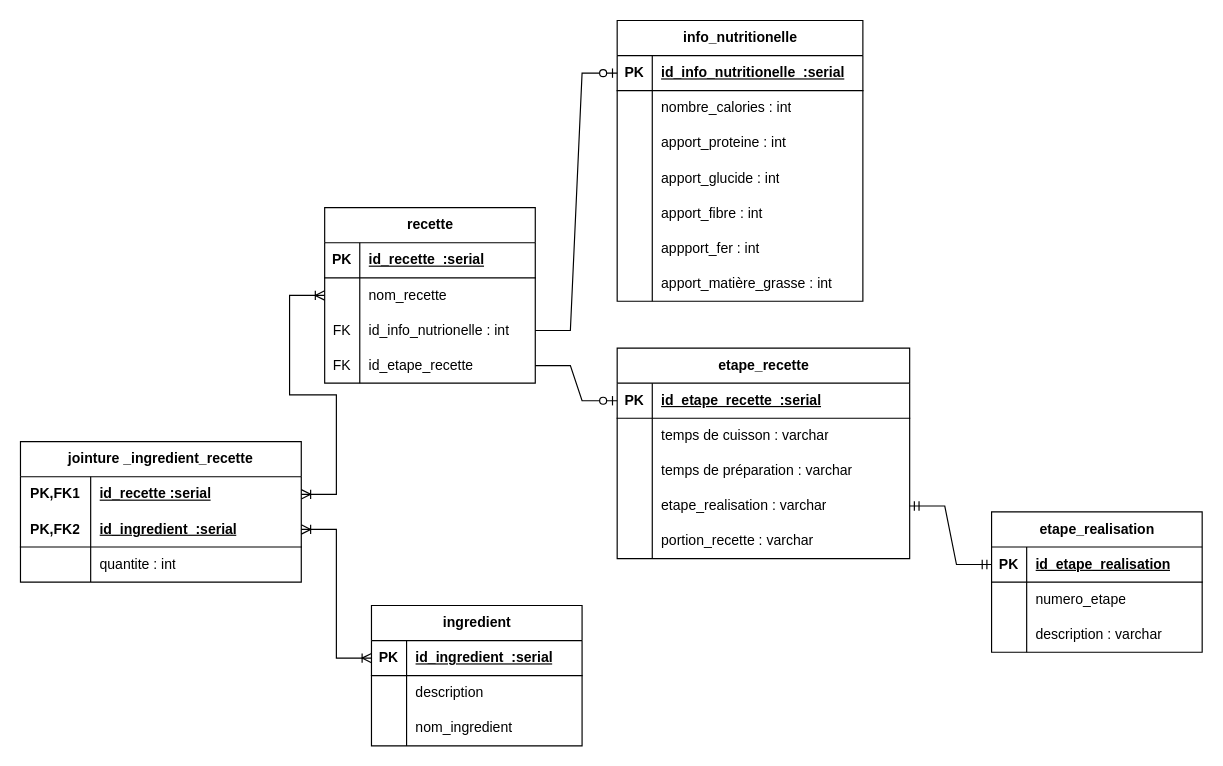
This is Diagramme sans nom.drawio from franck-code/tests, a draw.io file, before an edit. Source tidied: cells renumbered, new cells numbered last; positions are measured from the earlier drawing's top-left corner, leaving out a move shared by most shapes. Both pictures are drawn from the tidied source at 117%, with x=0, y=0 at pixel (20, 20).
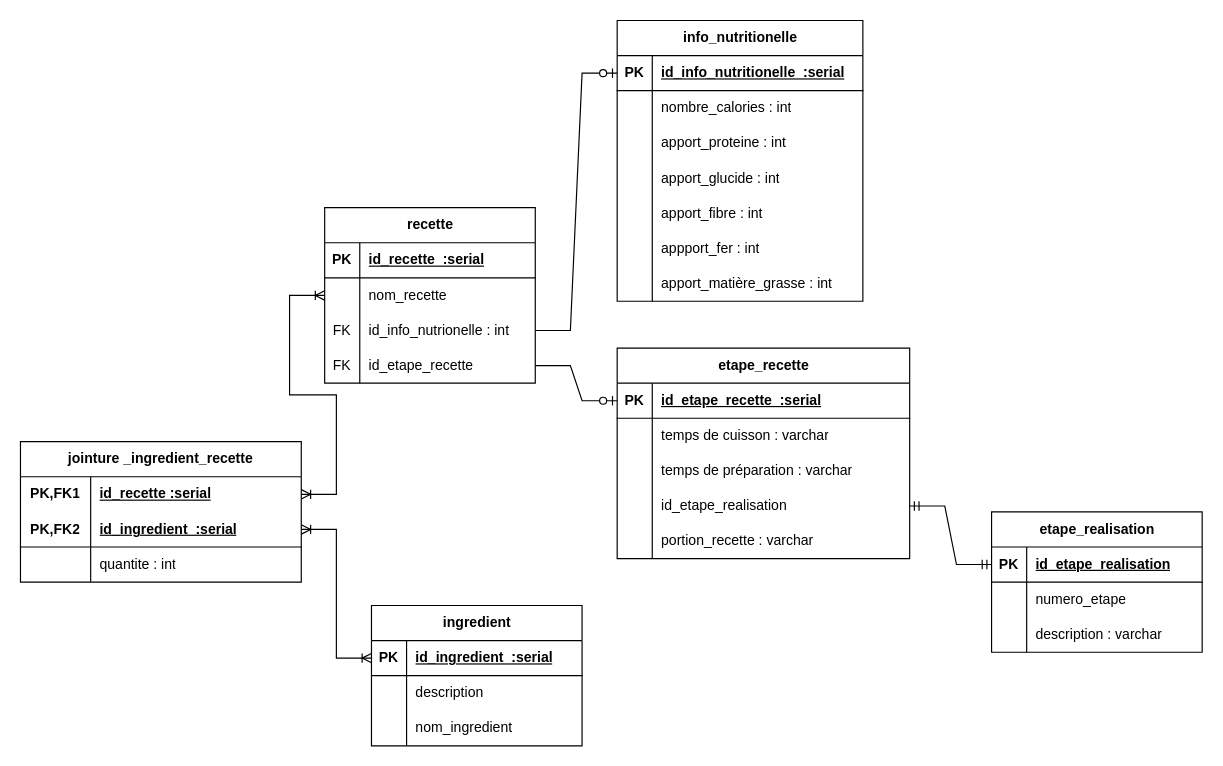
Above is the later version.

Commit message:
Mettre à jour Diagramme sans nom.drawio

Unchanged cells that the change refers to:
```xml
<mxCell id="57" style="shape=tableRow;horizontal=0;startSize=0;swimlaneHead=0;swimlaneBody=0;fillColor=none;points=[[0,0.5],[1,0.5]];portConstraint=eastwest;top=0;left=0;right=0;bottom=0;" parent="47" vertex="1">
  <mxGeometry y="120" width="250" height="30" as="geometry" />
</mxCell>
```

The edit, as a diff of the source:
```diff
@@
-    <mxCell id="59" value="etape_realisation : varchar" style="shape=partialRectangle;fillColor=none;top=0;left=0;bottom=0;right=0;align=left;spacingLeft=6;overflow=hidden;whiteSpace=wrap;html=1;" parent="57" vertex="1">
+    <mxCell id="59" value="id_etape_realisation" style="shape=partialRectangle;fillColor=none;top=0;left=0;bottom=0;right=0;align=left;spacingLeft=6;overflow=hidden;whiteSpace=wrap;html=1;" parent="57" vertex="1">
       <mxGeometry x="30" width="220" height="30" as="geometry" />
     </mxCell>
```
